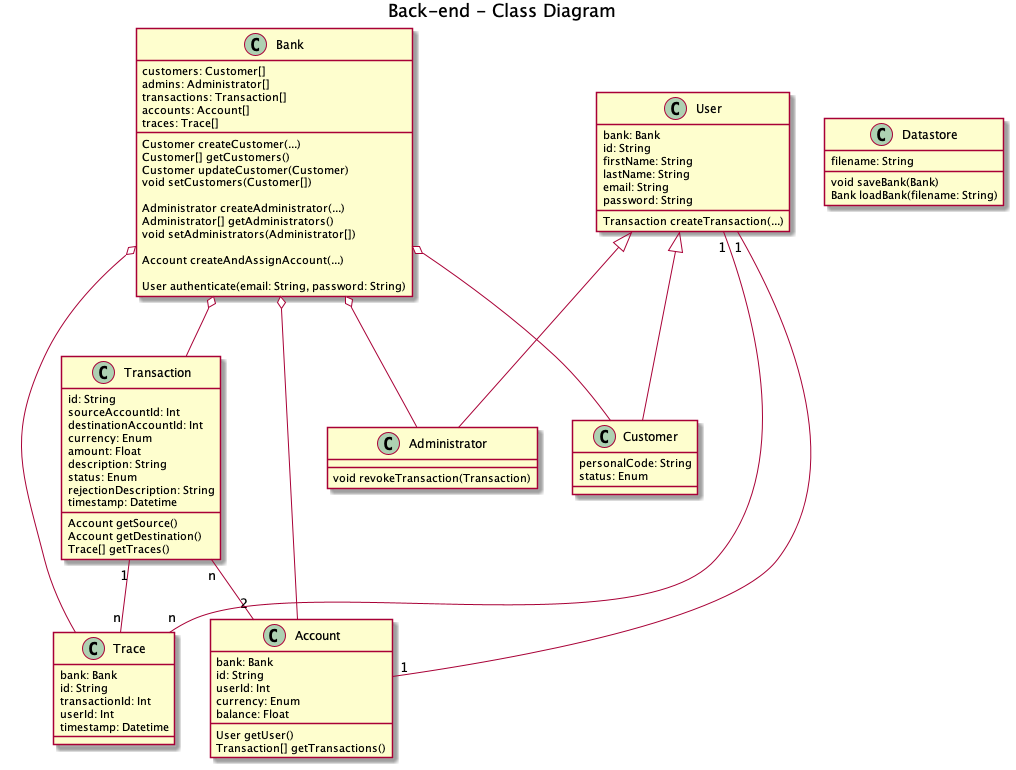
Above: docs/classes/backend-classes.png in Sysmod-2021/bankappbackend (PlantUML), before the change.
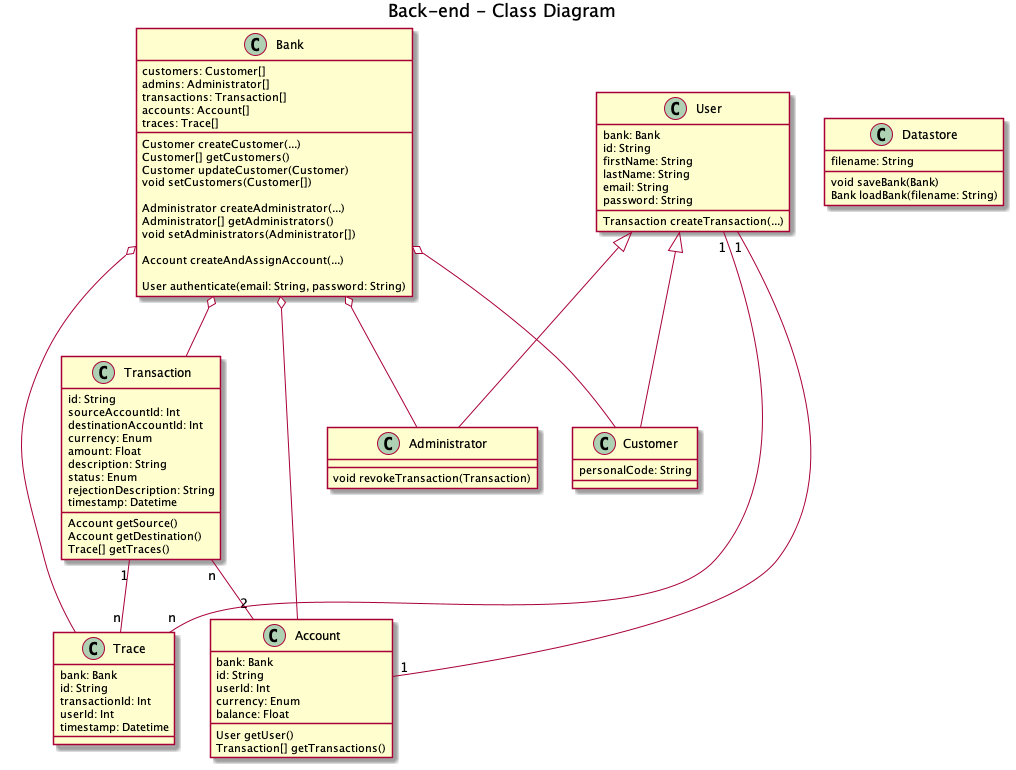
Above is the later version.

Commit message:
Class diagram updated

The edit, as a diff of the source:
```diff
@@ -36,7 +36,6 @@
 
 class Customer {
     personalCode: String
-    status: Enum
 }
 
 class Administrator {
```
